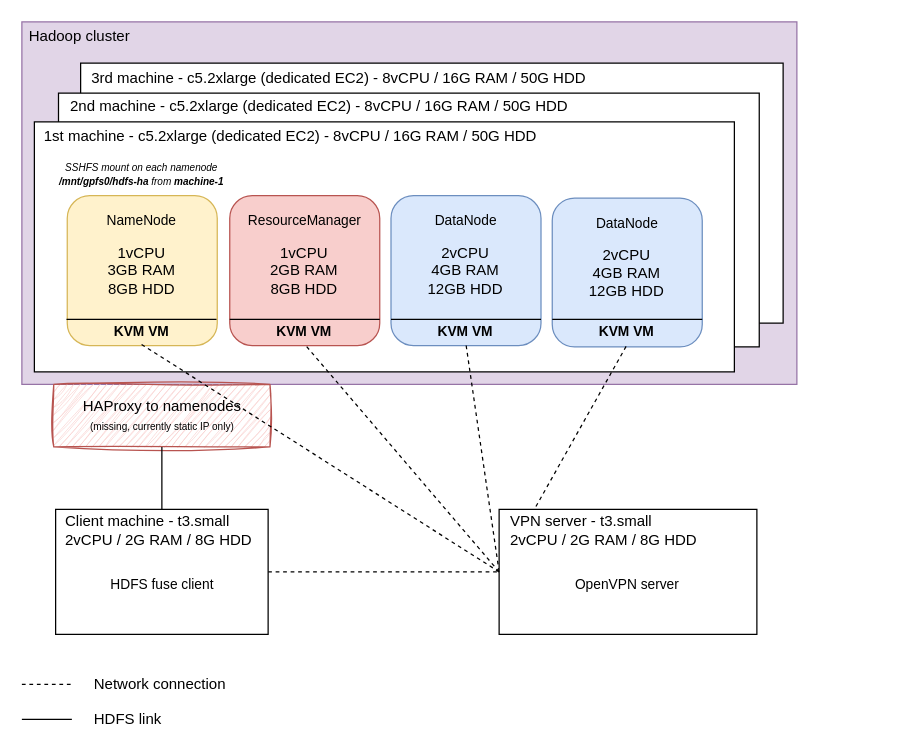
Above: schema.drawio in flavienbwk/aws-terraform-ansible-kvm-hadoop (draw.io), before the change. Source tidied: cells renumbered, new cells numbered last; positions are measured from the earlier drawing's top-left corner, leaving out a move shared by most shapes. Both pictures are drawn from the tidied source at 125%, with x=0, y=0 at pixel (21, 21).
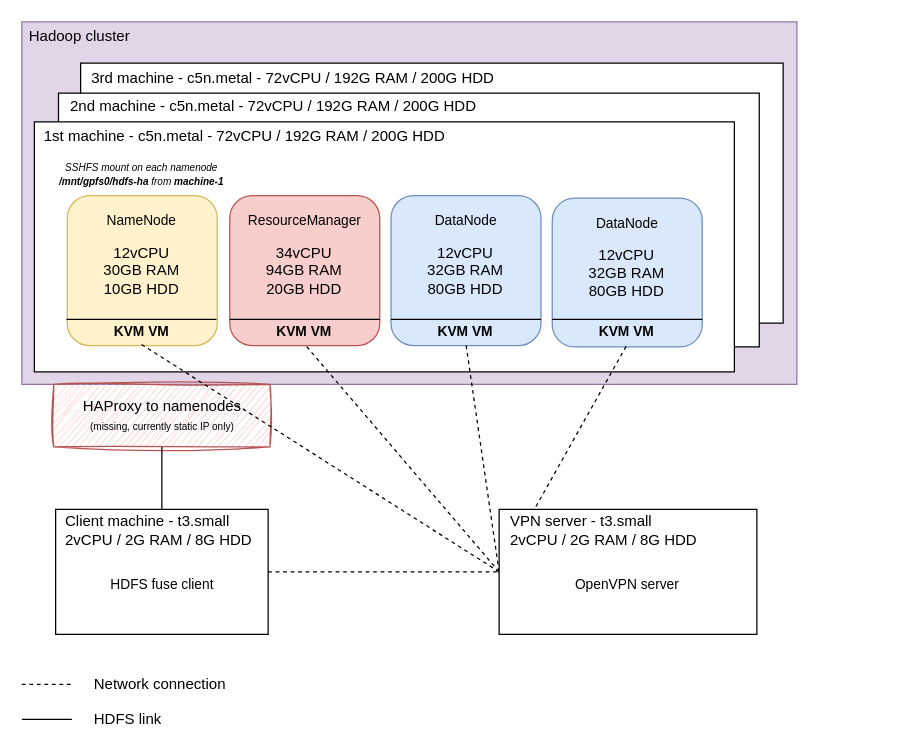
The same diagram, later.

Commit message (it also covers changes not shown here):
Updated documentation to use metal instances

What changed in the source:
```diff
@@
-    <mxCell id="4" value="3rd machine - c5.2xlarge (dedicated EC2) - 8vCPU / 16G RAM / 50G HDD" style="text;html=1;strokeColor=none;fillColor=none;align=left;verticalAlign=middle;whiteSpace=wrap;rounded=0;" parent="1" vertex="1">
+    <mxCell id="4" value="3rd machine - c5n.metal - 72vCPU / 192G RAM / 200G&amp;nbsp;HDD" style="text;html=1;strokeColor=none;fillColor=none;align=left;verticalAlign=middle;whiteSpace=wrap;rounded=0;" parent="1" vertex="1">
       <mxGeometry x="53.7" y="35" width="446.4" height="20" as="geometry" />
     </mxCell>
@@
-    <mxCell id="7" value="2nd machine - c5.2xlarge (dedicated EC2) - 8vCPU / 16G RAM / 50G HDD" style="text;html=1;strokeColor=none;fillColor=none;align=left;verticalAlign=middle;whiteSpace=wrap;rounded=0;" parent="1" vertex="1">
+    <mxCell id="7" value="2nd machine - c5n.metal - 72vCPU / 192G RAM / 200G&amp;nbsp;HDD" style="text;html=1;strokeColor=none;fillColor=none;align=left;verticalAlign=middle;whiteSpace=wrap;rounded=0;" parent="1" vertex="1">
       <mxGeometry x="37" y="58" width="650" height="20" as="geometry" />
     </mxCell>
-    <mxCell id="8" value="1st machine - c5.2xlarge (dedicated EC2) - 8vCPU / 16G RAM / 50G HDD" style="text;html=1;strokeColor=none;fillColor=none;align=left;verticalAlign=middle;whiteSpace=wrap;rounded=0;" parent="1" vertex="1">
+    <mxCell id="8" value="1st machine - c5n.metal - 72vCPU / 192G RAM / 200G HDD" style="text;html=1;strokeColor=none;fillColor=none;align=left;verticalAlign=middle;whiteSpace=wrap;rounded=0;" parent="1" vertex="1">
       <mxGeometry x="16" y="82" width="650" height="20" as="geometry" />
     </mxCell>
-    <mxCell id="9" value="1vCPU&lt;br&gt;3GB RAM&lt;br&gt;8GB HDD" style="rounded=1;whiteSpace=wrap;html=1;align=center;fillColor=#fff2cc;strokeColor=#d6b656;" parent="1" vertex="1">
+    <mxCell id="9" value="12vCPU&lt;br&gt;30GB RAM&lt;br&gt;10GB HDD" style="rounded=1;whiteSpace=wrap;html=1;align=center;fillColor=#fff2cc;strokeColor=#d6b656;" parent="1" vertex="1">
       <mxGeometry x="36.3" y="139" width="120" height="120" as="geometry" />
     </mxCell>
-    <mxCell id="10" value="&lt;span style=&quot;white-space: normal&quot;&gt;1vCPU&lt;/span&gt;&lt;br style=&quot;white-space: normal&quot;&gt;&lt;span style=&quot;white-space: normal&quot;&gt;2GB RAM&lt;/span&gt;&lt;br style=&quot;white-space: normal&quot;&gt;&lt;span style=&quot;white-space: normal&quot;&gt;8GB HDD&lt;/span&gt;" style="rounded=1;whiteSpace=wrap;html=1;align=center;fillColor=#f8cecc;strokeColor=#b85450;" parent="1" vertex="1">
+    <mxCell id="10" value="&lt;span style=&quot;&quot;&gt;34vCPU&lt;/span&gt;&lt;br style=&quot;&quot;&gt;94GB RAM&lt;br style=&quot;&quot;&gt;&lt;span style=&quot;&quot;&gt;20GB HDD&lt;/span&gt;" style="rounded=1;whiteSpace=wrap;html=1;align=center;fillColor=#f8cecc;strokeColor=#b85450;" parent="1" vertex="1">
       <mxGeometry x="166.3" y="139" width="120" height="120" as="geometry" />
     </mxCell>
-    <mxCell id="11" value="&lt;span style=&quot;white-space: normal&quot;&gt;2vCPU&lt;/span&gt;&lt;br style=&quot;white-space: normal&quot;&gt;&lt;span style=&quot;white-space: normal&quot;&gt;4GB RAM&lt;/span&gt;&lt;br style=&quot;white-space: normal&quot;&gt;&lt;span style=&quot;white-space: normal&quot;&gt;12GB HDD&lt;/span&gt;" style="rounded=1;whiteSpace=wrap;html=1;align=center;fillColor=#dae8fc;strokeColor=#6c8ebf;" parent="1" vertex="1">
+    <mxCell id="11" value="&lt;span style=&quot;white-space: normal&quot;&gt;12vCPU&lt;/span&gt;&lt;br style=&quot;white-space: normal&quot;&gt;&lt;span style=&quot;white-space: normal&quot;&gt;32GB RAM&lt;/span&gt;&lt;br style=&quot;white-space: normal&quot;&gt;&lt;span style=&quot;white-space: normal&quot;&gt;80GB HDD&lt;/span&gt;" style="rounded=1;whiteSpace=wrap;html=1;align=center;fillColor=#dae8fc;strokeColor=#6c8ebf;" parent="1" vertex="1">
       <mxGeometry x="295.3" y="139" width="120" height="120" as="geometry" />
     </mxCell>
@@
-    <mxCell id="17" value="&lt;span style=&quot;white-space: normal&quot;&gt;2vCPU&lt;/span&gt;&lt;br style=&quot;white-space: normal&quot;&gt;&lt;span style=&quot;white-space: normal&quot;&gt;4GB RAM&lt;/span&gt;&lt;br style=&quot;white-space: normal&quot;&gt;&lt;span style=&quot;white-space: normal&quot;&gt;12GB HDD&lt;/span&gt;" style="rounded=1;whiteSpace=wrap;html=1;align=center;fillColor=#dae8fc;strokeColor=#6c8ebf;" parent="1" vertex="1">
+    <mxCell id="17" value="&lt;span style=&quot;white-space: normal&quot;&gt;12vCPU&lt;/span&gt;&lt;br style=&quot;white-space: normal&quot;&gt;&lt;span style=&quot;white-space: normal&quot;&gt;32GB RAM&lt;/span&gt;&lt;br style=&quot;white-space: normal&quot;&gt;&lt;span style=&quot;white-space: normal&quot;&gt;80GB HDD&lt;/span&gt;" style="rounded=1;whiteSpace=wrap;html=1;align=center;fillColor=#dae8fc;strokeColor=#6c8ebf;" parent="1" vertex="1">
       <mxGeometry x="424.3" y="141" width="120" height="119" as="geometry" />
     </mxCell>
```
